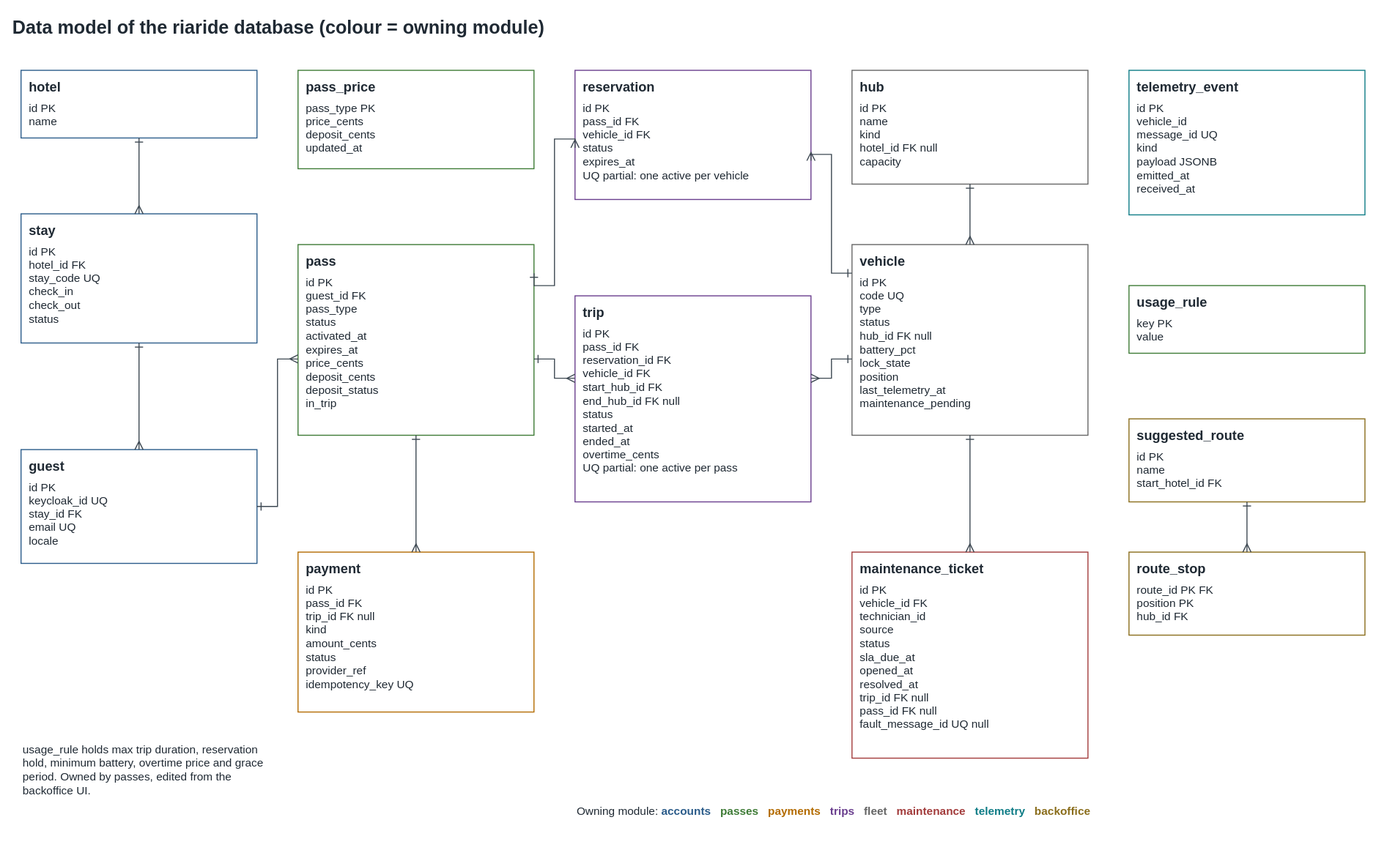
Above: docs/architecture/diagrams/04-data-model.drawio.svg in TQS-RiaRide/RIARide (draw.io), before the change. Source tidied: cells renumbered, new cells last; positions are measured from the earlier drawing's top-left corner, leaving out a move shared by most shapes.
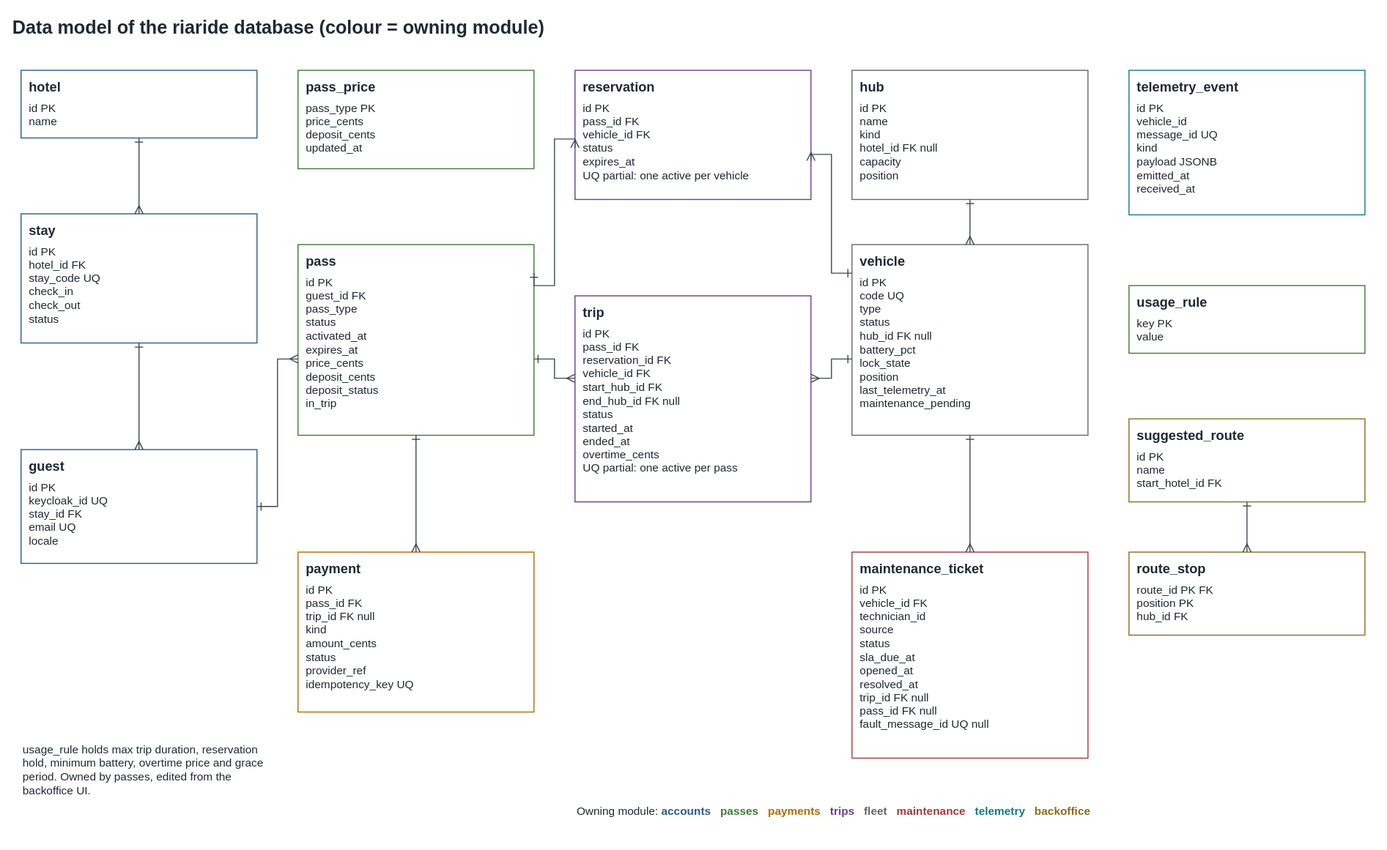
After the commit.

Commit message:
docs: RIA-10 RIA-11 add hub position for the nearest free hubs

Change to the diagram source:
```diff
@@ -29,8 +29,8 @@
     <mxCell id="10" value="&lt;b style='font-size:13px'&gt;trip&lt;/b&gt;&lt;div style='height:6px'&gt;&lt;/div&gt;id PK&lt;br&gt;pass_id FK&lt;br&gt;reservation_id FK&lt;br&gt;vehicle_id FK&lt;br&gt;start_hub_id FK&lt;br&gt;end_hub_id FK null&lt;br&gt;status&lt;br&gt;started_at&lt;br&gt;ended_at&lt;br&gt;overtime_cents&lt;br&gt;UQ partial: one active per pass" style="html=1;whiteSpace=wrap;fontFamily=Helvetica;fontSize=12;fontColor=#1F2933;rounded=0;align=left;verticalAlign=top;spacingLeft=6;spacingTop=2;fontSize=11;fillColor=#FFFFFF;strokeColor=#6A3E8E;" parent="1" vertex="1">
       <mxGeometry x="550" y="278" width="230" height="201" as="geometry" />
     </mxCell>
-    <mxCell id="11" value="&lt;b style='font-size:13px'&gt;hub&lt;/b&gt;&lt;div style='height:6px'&gt;&lt;/div&gt;id PK&lt;br&gt;name&lt;br&gt;kind&lt;br&gt;hotel_id FK null&lt;br&gt;capacity" style="html=1;whiteSpace=wrap;fontFamily=Helvetica;fontSize=12;fontColor=#1F2933;rounded=0;align=left;verticalAlign=top;spacingLeft=6;spacingTop=2;fontSize=11;fillColor=#FFFFFF;strokeColor=#666666;" parent="1" vertex="1">
-      <mxGeometry x="820" y="58" width="230" height="111" as="geometry" />
+    <mxCell id="11" value="&lt;b style='font-size:13px'&gt;hub&lt;/b&gt;&lt;div style='height:6px'&gt;&lt;/div&gt;id PK&lt;br&gt;name&lt;br&gt;kind&lt;br&gt;hotel_id FK null&lt;br&gt;capacity&lt;br&gt;position" style="html=1;whiteSpace=wrap;fontFamily=Helvetica;fontSize=12;fontColor=#1F2933;rounded=0;align=left;verticalAlign=top;spacingLeft=6;spacingTop=2;fontSize=11;fillColor=#FFFFFF;strokeColor=#666666;" parent="1" vertex="1">
+      <mxGeometry x="820" y="58" width="230" height="126" as="geometry" />
     </mxCell>
     <mxCell id="12" value="&lt;b style='font-size:13px'&gt;vehicle&lt;/b&gt;&lt;div style='height:6px'&gt;&lt;/div&gt;id PK&lt;br&gt;code UQ&lt;br&gt;type&lt;br&gt;status&lt;br&gt;hub_id FK null&lt;br&gt;battery_pct&lt;br&gt;lock_state&lt;br&gt;position&lt;br&gt;last_telemetry_at&lt;br&gt;maintenance_pending" style="html=1;whiteSpace=wrap;fontFamily=Helvetica;fontSize=12;fontColor=#1F2933;rounded=0;align=left;verticalAlign=top;spacingLeft=6;spacingTop=2;fontSize=11;fillColor=#FFFFFF;strokeColor=#666666;" parent="1" vertex="1">
       <mxGeometry x="820" y="228" width="230" height="186" as="geometry" />
```
